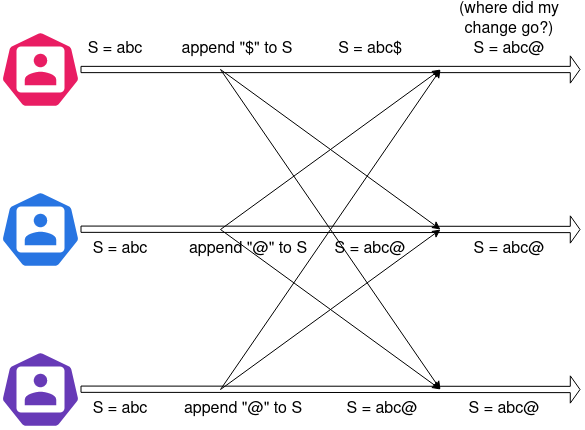
sumeetgajjar/NUpad keeps this draw.io diagram as docs/img/consensus.png. Above is the earlier version. Source tidied: cells renumbered, new cells last; positions are measured from the earlier drawing's top-left corner, leaving out a move shared by most shapes. Its diagram source:
```xml
<mxGraphModel>
  <root>
    <mxCell id="0" />
    <mxCell id="1" parent="0" />
    <mxCell id="2" style="html=1;dashed=0;whitespace=wrap;fillColor=#e91d63;strokeColor=#ffffff;shape=mxgraph.kubernetes.icon;prIcon=user;" parent="1" vertex="1">
      <mxGeometry y="20" width="80" height="80" as="geometry" />
    </mxCell>
    <mxCell id="3" style="html=1;dashed=0;whitespace=wrap;fillColor=#2875E2;strokeColor=#ffffff;shape=mxgraph.kubernetes.icon;prIcon=user;" parent="1" vertex="1">
      <mxGeometry y="180" width="80" height="80" as="geometry" />
    </mxCell>
    <mxCell id="4" style="shape=flexArrow;endArrow=classic;html=1;width=6.285714285714286;endSize=2.902857142857143;" parent="1" edge="1">
      <mxGeometry relative="1" as="geometry">
        <mxPoint x="80" y="60" as="sourcePoint" />
        <mxPoint x="580" y="60" as="targetPoint" />
      </mxGeometry>
    </mxCell>
    <mxCell id="5" style="shape=flexArrow;endArrow=classic;html=1;width=6.285714285714286;endSize=2.902857142857143;" parent="1" edge="1">
      <mxGeometry relative="1" as="geometry">
        <mxPoint x="80" y="219.7" as="sourcePoint" />
        <mxPoint x="580" y="220" as="targetPoint" />
      </mxGeometry>
    </mxCell>
    <mxCell id="6" value="S = abc" style="text;html=1;strokeColor=none;fillColor=none;align=center;verticalAlign=middle;whiteSpace=wrap;rounded=0;fontSize=16;" parent="1" vertex="1">
      <mxGeometry x="80" y="30" width="70" height="20" as="geometry" />
    </mxCell>
    <mxCell id="7" value="append &quot;$&quot; to S" style="text;html=1;strokeColor=none;fillColor=none;align=center;verticalAlign=middle;whiteSpace=wrap;rounded=0;fontSize=16;" parent="1" vertex="1">
      <mxGeometry x="177" y="30" width="120" height="20" as="geometry" />
    </mxCell>
    <mxCell id="8" value="S = abc$" style="text;html=1;strokeColor=none;fillColor=none;align=center;verticalAlign=middle;whiteSpace=wrap;rounded=0;fontSize=16;" parent="1" vertex="1">
      <mxGeometry x="330" y="30" width="80" height="20" as="geometry" />
    </mxCell>
    <mxCell id="9" value="S = abc" style="text;html=1;strokeColor=none;fillColor=none;align=center;verticalAlign=middle;whiteSpace=wrap;rounded=0;fontSize=16;" parent="1" vertex="1">
      <mxGeometry x="85" y="230" width="70" height="20" as="geometry" />
    </mxCell>
    <mxCell id="10" value="append &quot;@&quot; to S" style="text;html=1;strokeColor=none;fillColor=none;align=center;verticalAlign=middle;whiteSpace=wrap;rounded=0;fontSize=16;" parent="1" vertex="1">
      <mxGeometry x="183" y="230" width="130" height="20" as="geometry" />
    </mxCell>
    <mxCell id="11" value="S = abc@" style="text;html=1;strokeColor=none;fillColor=none;align=center;verticalAlign=middle;whiteSpace=wrap;rounded=0;fontSize=16;" parent="1" vertex="1">
      <mxGeometry x="330" y="230" width="80" height="20" as="geometry" />
    </mxCell>
    <mxCell id="12" style="endArrow=classic;html=1;" parent="1" edge="1">
      <mxGeometry relative="1" as="geometry">
        <mxPoint x="220" y="220" as="sourcePoint" />
        <mxPoint x="440" y="60" as="targetPoint" />
      </mxGeometry>
    </mxCell>
    <mxCell id="13" style="endArrow=classic;html=1;" parent="1" edge="1">
      <mxGeometry relative="1" as="geometry">
        <mxPoint x="220" y="60" as="sourcePoint" />
        <mxPoint x="440" y="220" as="targetPoint" />
      </mxGeometry>
    </mxCell>
    <mxCell id="14" value="S = abc@" style="text;html=1;strokeColor=none;fillColor=none;align=center;verticalAlign=middle;whiteSpace=wrap;rounded=0;fontSize=16;" parent="1" vertex="1">
      <mxGeometry x="469" y="30" width="80" height="20" as="geometry" />
    </mxCell>
    <mxCell id="15" value="S = abc@" style="text;html=1;strokeColor=none;fillColor=none;align=center;verticalAlign=middle;whiteSpace=wrap;rounded=0;fontSize=16;" parent="1" vertex="1">
      <mxGeometry x="469" y="230" width="80" height="20" as="geometry" />
    </mxCell>
    <mxCell id="16" style="html=1;dashed=0;whitespace=wrap;fillColor=#673ab7;strokeColor=#ffffff;shape=mxgraph.kubernetes.icon;prIcon=user;" parent="1" vertex="1">
      <mxGeometry y="340" width="80" height="80" as="geometry" />
    </mxCell>
    <mxCell id="17" style="shape=flexArrow;endArrow=classic;html=1;width=6.285714285714286;endSize=2.902857142857143;" parent="1" edge="1">
      <mxGeometry relative="1" as="geometry">
        <mxPoint x="80" y="379.7" as="sourcePoint" />
        <mxPoint x="580" y="380" as="targetPoint" />
      </mxGeometry>
    </mxCell>
    <mxCell id="18" value="S = abc" style="text;html=1;strokeColor=none;fillColor=none;align=center;verticalAlign=middle;whiteSpace=wrap;rounded=0;fontSize=16;" parent="1" vertex="1">
      <mxGeometry x="90" y="390" width="60" height="20" as="geometry" />
    </mxCell>
    <mxCell id="19" value="append &quot;@&quot; to S" style="text;html=1;strokeColor=none;fillColor=none;align=center;verticalAlign=middle;whiteSpace=wrap;rounded=0;fontSize=16;" parent="1" vertex="1">
      <mxGeometry x="178" y="390" width="130" height="20" as="geometry" />
    </mxCell>
    <mxCell id="20" value="S = abc@" style="text;html=1;strokeColor=none;fillColor=none;align=center;verticalAlign=middle;whiteSpace=wrap;rounded=0;fontSize=16;" parent="1" vertex="1">
      <mxGeometry x="342" y="390" width="80" height="20" as="geometry" />
    </mxCell>
    <mxCell id="21" value="S = abc@" style="text;html=1;strokeColor=none;fillColor=none;align=center;verticalAlign=middle;whiteSpace=wrap;rounded=0;fontSize=16;" parent="1" vertex="1">
      <mxGeometry x="464" y="390" width="80" height="20" as="geometry" />
    </mxCell>
    <mxCell id="22" value="(where did my change go?)" style="text;html=1;strokeColor=none;fillColor=none;align=center;verticalAlign=middle;whiteSpace=wrap;rounded=0;fontSize=16;" parent="1" vertex="1">
      <mxGeometry x="434" width="150" height="20" as="geometry" />
    </mxCell>
    <mxCell id="23" style="endArrow=classic;html=1;" parent="1" edge="1">
      <mxGeometry relative="1" as="geometry">
        <mxPoint x="220" y="60" as="sourcePoint" />
        <mxPoint x="440" y="380" as="targetPoint" />
      </mxGeometry>
    </mxCell>
    <mxCell id="24" style="endArrow=classic;html=1;" parent="1" edge="1">
      <mxGeometry relative="1" as="geometry">
        <mxPoint x="220" y="220" as="sourcePoint" />
        <mxPoint x="440" y="380" as="targetPoint" />
      </mxGeometry>
    </mxCell>
    <mxCell id="25" style="endArrow=classic;html=1;" parent="1" edge="1">
      <mxGeometry relative="1" as="geometry">
        <mxPoint x="220" y="380" as="sourcePoint" />
        <mxPoint x="440" y="60" as="targetPoint" />
      </mxGeometry>
    </mxCell>
    <mxCell id="26" style="endArrow=classic;html=1;" parent="1" edge="1">
      <mxGeometry relative="1" as="geometry">
        <mxPoint x="220" y="380" as="sourcePoint" />
        <mxPoint x="440" y="220" as="targetPoint" />
      </mxGeometry>
    </mxCell>
  </root>
</mxGraphModel>
```
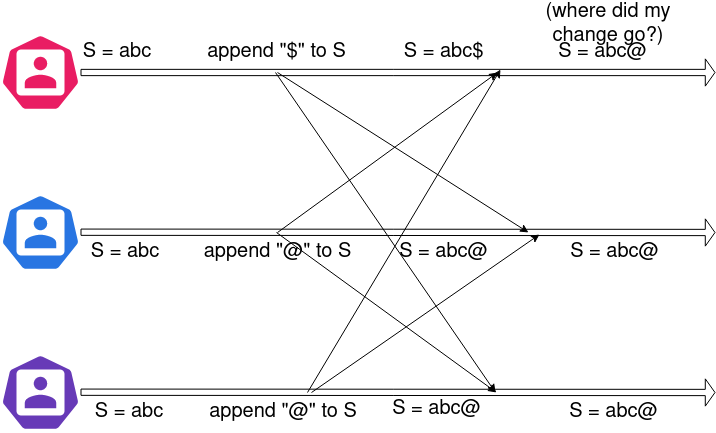
The same file after the commit.

What changed in the source:
```diff
@@ -2,106 +2,106 @@
   <root>
     <mxCell id="0" />
     <mxCell id="1" parent="0" />
-    <mxCell id="2" style="html=1;dashed=0;whitespace=wrap;fillColor=#e91d63;strokeColor=#ffffff;shape=mxgraph.kubernetes.icon;prIcon=user;" parent="1" vertex="1">
-      <mxGeometry y="20" width="80" height="80" as="geometry" />
+    <mxCell id="2" style="html=1;dashed=0;whitespace=wrap;fillColor=#e91d63;strokeColor=#ffffff;shape=mxgraph.kubernetes.icon;prIcon=user;fontSize=20;" parent="1" vertex="1">
+      <mxGeometry x="25" y="-411" width="80" height="80" as="geometry" />
     </mxCell>
-    <mxCell id="3" style="html=1;dashed=0;whitespace=wrap;fillColor=#2875E2;strokeColor=#ffffff;shape=mxgraph.kubernetes.icon;prIcon=user;" parent="1" vertex="1">
-      <mxGeometry y="180" width="80" height="80" as="geometry" />
+    <mxCell id="3" style="html=1;dashed=0;whitespace=wrap;fillColor=#2875E2;strokeColor=#ffffff;shape=mxgraph.kubernetes.icon;prIcon=user;fontSize=20;" parent="1" vertex="1">
+      <mxGeometry x="25" y="-251" width="80" height="80" as="geometry" />
     </mxCell>
-    <mxCell id="4" style="shape=flexArrow;endArrow=classic;html=1;width=6.285714285714286;endSize=2.902857142857143;" parent="1" edge="1">
+    <mxCell id="4" style="shape=flexArrow;endArrow=classic;html=1;width=6.285714285714286;endSize=2.902857142857143;fontSize=20;" parent="1" edge="1">
       <mxGeometry relative="1" as="geometry">
-        <mxPoint x="80" y="60" as="sourcePoint" />
-        <mxPoint x="580" y="60" as="targetPoint" />
+        <mxPoint x="105" y="-371" as="sourcePoint" />
+        <mxPoint x="740" y="-371" as="targetPoint" />
       </mxGeometry>
     </mxCell>
-    <mxCell id="5" style="shape=flexArrow;endArrow=classic;html=1;width=6.285714285714286;endSize=2.902857142857143;" parent="1" edge="1">
+    <mxCell id="5" style="shape=flexArrow;endArrow=classic;html=1;width=6.285714285714286;endSize=2.902857142857143;fontSize=20;" parent="1" edge="1">
       <mxGeometry relative="1" as="geometry">
-        <mxPoint x="80" y="219.7" as="sourcePoint" />
-        <mxPoint x="580" y="220" as="targetPoint" />
+        <mxPoint x="105" y="-211.3" as="sourcePoint" />
+        <mxPoint x="740" y="-211" as="targetPoint" />
       </mxGeometry>
     </mxCell>
-    <mxCell id="6" value="S = abc" style="text;html=1;strokeColor=none;fillColor=none;align=center;verticalAlign=middle;whiteSpace=wrap;rounded=0;fontSize=16;" parent="1" vertex="1">
-      <mxGeometry x="80" y="30" width="70" height="20" as="geometry" />
+    <mxCell id="6" value="S = abc" style="text;html=1;strokeColor=none;fillColor=none;align=center;verticalAlign=middle;whiteSpace=wrap;rounded=0;fontSize=20;" parent="1" vertex="1">
+      <mxGeometry x="105" y="-401" width="74" height="20" as="geometry" />
     </mxCell>
-    <mxCell id="7" value="append &quot;$&quot; to S" style="text;html=1;strokeColor=none;fillColor=none;align=center;verticalAlign=middle;whiteSpace=wrap;rounded=0;fontSize=16;" parent="1" vertex="1">
-      <mxGeometry x="177" y="30" width="120" height="20" as="geometry" />
+    <mxCell id="7" value="append &quot;$&quot; to S" style="text;html=1;strokeColor=none;fillColor=none;align=center;verticalAlign=middle;whiteSpace=wrap;rounded=0;fontSize=20;" parent="1" vertex="1">
+      <mxGeometry x="226" y="-401" width="151" height="20" as="geometry" />
     </mxCell>
-    <mxCell id="8" value="S = abc$" style="text;html=1;strokeColor=none;fillColor=none;align=center;verticalAlign=middle;whiteSpace=wrap;rounded=0;fontSize=16;" parent="1" vertex="1">
-      <mxGeometry x="330" y="30" width="80" height="20" as="geometry" />
+    <mxCell id="8" value="S = abc$" style="text;html=1;strokeColor=none;fillColor=none;align=center;verticalAlign=middle;whiteSpace=wrap;rounded=0;fontSize=20;" parent="1" vertex="1">
+      <mxGeometry x="421" y="-401" width="95" height="20" as="geometry" />
     </mxCell>
-    <mxCell id="9" value="S = abc" style="text;html=1;strokeColor=none;fillColor=none;align=center;verticalAlign=middle;whiteSpace=wrap;rounded=0;fontSize=16;" parent="1" vertex="1">
-      <mxGeometry x="85" y="230" width="70" height="20" as="geometry" />
+    <mxCell id="9" value="S = abc" style="text;html=1;strokeColor=none;fillColor=none;align=center;verticalAlign=middle;whiteSpace=wrap;rounded=0;fontSize=20;" parent="1" vertex="1">
+      <mxGeometry x="110" y="-201" width="80" height="20" as="geometry" />
     </mxCell>
-    <mxCell id="10" value="append &quot;@&quot; to S" style="text;html=1;strokeColor=none;fillColor=none;align=center;verticalAlign=middle;whiteSpace=wrap;rounded=0;fontSize=16;" parent="1" vertex="1">
-      <mxGeometry x="183" y="230" width="130" height="20" as="geometry" />
+    <mxCell id="10" value="append &quot;@&quot; to S" style="text;html=1;strokeColor=none;fillColor=none;align=center;verticalAlign=middle;whiteSpace=wrap;rounded=0;fontSize=20;" parent="1" vertex="1">
+      <mxGeometry x="226" y="-201" width="152.5" height="20" as="geometry" />
     </mxCell>
-    <mxCell id="11" value="S = abc@" style="text;html=1;strokeColor=none;fillColor=none;align=center;verticalAlign=middle;whiteSpace=wrap;rounded=0;fontSize=16;" parent="1" vertex="1">
-      <mxGeometry x="330" y="230" width="80" height="20" as="geometry" />
+    <mxCell id="11" value="S = abc@" style="text;html=1;strokeColor=none;fillColor=none;align=center;verticalAlign=middle;whiteSpace=wrap;rounded=0;fontSize=20;" parent="1" vertex="1">
+      <mxGeometry x="421" y="-201" width="95" height="20" as="geometry" />
     </mxCell>
-    <mxCell id="12" style="endArrow=classic;html=1;" parent="1" edge="1">
+    <mxCell id="12" style="endArrow=classic;html=1;fontSize=20;" parent="1" edge="1">
       <mxGeometry relative="1" as="geometry">
-        <mxPoint x="220" y="220" as="sourcePoint" />
-        <mxPoint x="440" y="60" as="targetPoint" />
+        <mxPoint x="302" y="-211" as="sourcePoint" />
+        <mxPoint x="522" y="-371" as="targetPoint" />
       </mxGeometry>
     </mxCell>
-    <mxCell id="13" style="endArrow=classic;html=1;" parent="1" edge="1">
+    <mxCell id="13" style="endArrow=classic;html=1;fontSize=20;" parent="1" edge="1">
       <mxGeometry relative="1" as="geometry">
-        <mxPoint x="220" y="60" as="sourcePoint" />
-        <mxPoint x="440" y="220" as="targetPoint" />
+        <mxPoint x="302" y="-371" as="sourcePoint" />
+        <mxPoint x="553" y="-211" as="targetPoint" />
       </mxGeometry>
     </mxCell>
-    <mxCell id="14" value="S = abc@" style="text;html=1;strokeColor=none;fillColor=none;align=center;verticalAlign=middle;whiteSpace=wrap;rounded=0;fontSize=16;" parent="1" vertex="1">
-      <mxGeometry x="469" y="30" width="80" height="20" as="geometry" />
+    <mxCell id="14" value="S = abc@" style="text;html=1;strokeColor=none;fillColor=none;align=center;verticalAlign=middle;whiteSpace=wrap;rounded=0;fontSize=20;" parent="1" vertex="1">
+      <mxGeometry x="569" y="-401" width="117" height="20" as="geometry" />
     </mxCell>
-    <mxCell id="15" value="S = abc@" style="text;html=1;strokeColor=none;fillColor=none;align=center;verticalAlign=middle;whiteSpace=wrap;rounded=0;fontSize=16;" parent="1" vertex="1">
-      <mxGeometry x="469" y="230" width="80" height="20" as="geometry" />
+    <mxCell id="15" value="S = abc@" style="text;html=1;strokeColor=none;fillColor=none;align=center;verticalAlign=middle;whiteSpace=wrap;rounded=0;fontSize=20;" parent="1" vertex="1">
+      <mxGeometry x="594" y="-201" width="91" height="20" as="geometry" />
     </mxCell>
-    <mxCell id="16" style="html=1;dashed=0;whitespace=wrap;fillColor=#673ab7;strokeColor=#ffffff;shape=mxgraph.kubernetes.icon;prIcon=user;" parent="1" vertex="1">
-      <mxGeometry y="340" width="80" height="80" as="geometry" />
+    <mxCell id="16" style="html=1;dashed=0;whitespace=wrap;fillColor=#673ab7;strokeColor=#ffffff;shape=mxgraph.kubernetes.icon;prIcon=user;fontSize=20;" parent="1" vertex="1">
+      <mxGeometry x="25" y="-91" width="80" height="80" as="geometry" />
     </mxCell>
-    <mxCell id="17" style="shape=flexArrow;endArrow=classic;html=1;width=6.285714285714286;endSize=2.902857142857143;" parent="1" edge="1">
+    <mxCell id="17" style="shape=flexArrow;endArrow=classic;html=1;width=6.285714285714286;endSize=2.902857142857143;fontSize=20;" parent="1" edge="1">
       <mxGeometry relative="1" as="geometry">
-        <mxPoint x="80" y="379.7" as="sourcePoint" />
-        <mxPoint x="580" y="380" as="targetPoint" />
+        <mxPoint x="105" y="-51.3" as="sourcePoint" />
+        <mxPoint x="740" y="-51" as="targetPoint" />
       </mxGeometry>
     </mxCell>
-    <mxCell id="18" value="S = abc" style="text;html=1;strokeColor=none;fillColor=none;align=center;verticalAlign=middle;whiteSpace=wrap;rounded=0;fontSize=16;" parent="1" vertex="1">
-      <mxGeometry x="90" y="390" width="60" height="20" as="geometry" />
+    <mxCell id="18" value="S = abc" style="text;html=1;strokeColor=none;fillColor=none;align=center;verticalAlign=middle;whiteSpace=wrap;rounded=0;fontSize=20;" parent="1" vertex="1">
+      <mxGeometry x="115" y="-41" width="78" height="20" as="geometry" />
     </mxCell>
-    <mxCell id="19" value="append &quot;@&quot; to S" style="text;html=1;strokeColor=none;fillColor=none;align=center;verticalAlign=middle;whiteSpace=wrap;rounded=0;fontSize=16;" parent="1" vertex="1">
-      <mxGeometry x="178" y="390" width="130" height="20" as="geometry" />
+    <mxCell id="19" value="append &quot;@&quot; to S" style="text;html=1;strokeColor=none;fillColor=none;align=center;verticalAlign=middle;whiteSpace=wrap;rounded=0;fontSize=20;" parent="1" vertex="1">
+      <mxGeometry x="226" y="-41" width="163.5" height="20" as="geometry" />
     </mxCell>
-    <mxCell id="20" value="S = abc@" style="text;html=1;strokeColor=none;fillColor=none;align=center;verticalAlign=middle;whiteSpace=wrap;rounded=0;fontSize=16;" parent="1" vertex="1">
-      <mxGeometry x="342" y="390" width="80" height="20" as="geometry" />
+    <mxCell id="20" value="S = abc@" style="text;html=1;strokeColor=none;fillColor=none;align=center;verticalAlign=middle;whiteSpace=wrap;rounded=0;fontSize=20;" parent="1" vertex="1">
+      <mxGeometry x="414" y="-44" width="95" height="20" as="geometry" />
     </mxCell>
-    <mxCell id="21" value="S = abc@" style="text;html=1;strokeColor=none;fillColor=none;align=center;verticalAlign=middle;whiteSpace=wrap;rounded=0;fontSize=16;" parent="1" vertex="1">
-      <mxGeometry x="464" y="390" width="80" height="20" as="geometry" />
+    <mxCell id="21" value="S = abc@" style="text;html=1;strokeColor=none;fillColor=none;align=center;verticalAlign=middle;whiteSpace=wrap;rounded=0;fontSize=20;" parent="1" vertex="1">
+      <mxGeometry x="590.5" y="-41" width="94.5" height="20" as="geometry" />
     </mxCell>
-    <mxCell id="22" value="(where did my change go?)" style="text;html=1;strokeColor=none;fillColor=none;align=center;verticalAlign=middle;whiteSpace=wrap;rounded=0;fontSize=16;" parent="1" vertex="1">
-      <mxGeometry x="434" width="150" height="20" as="geometry" />
+    <mxCell id="22" value="(where did my change go?)" style="text;html=1;strokeColor=none;fillColor=none;align=center;verticalAlign=middle;whiteSpace=wrap;rounded=0;fontSize=20;" parent="1" vertex="1">
+      <mxGeometry x="557.5" y="-429" width="150" height="20" as="geometry" />
     </mxCell>
-    <mxCell id="23" style="endArrow=classic;html=1;" parent="1" edge="1">
+    <mxCell id="23" style="endArrow=classic;html=1;fontSize=20;" parent="1" edge="1">
       <mxGeometry relative="1" as="geometry">
-        <mxPoint x="220" y="60" as="sourcePoint" />
-        <mxPoint x="440" y="380" as="targetPoint" />
+        <mxPoint x="300" y="-371" as="sourcePoint" />
+        <mxPoint x="520" y="-51" as="targetPoint" />
       </mxGeometry>
     </mxCell>
-    <mxCell id="24" style="endArrow=classic;html=1;" parent="1" edge="1">
+    <mxCell id="24" style="endArrow=classic;html=1;fontSize=20;" parent="1" edge="1">
       <mxGeometry relative="1" as="geometry">
-        <mxPoint x="220" y="220" as="sourcePoint" />
-        <mxPoint x="440" y="380" as="targetPoint" />
+        <mxPoint x="301" y="-211" as="sourcePoint" />
+        <mxPoint x="521" y="-51" as="targetPoint" />
       </mxGeometry>
     </mxCell>
-    <mxCell id="25" style="endArrow=classic;html=1;" parent="1" edge="1">
+    <mxCell id="25" style="endArrow=classic;html=1;fontSize=20;" parent="1" edge="1">
       <mxGeometry relative="1" as="geometry">
-        <mxPoint x="220" y="380" as="sourcePoint" />
-        <mxPoint x="440" y="60" as="targetPoint" />
+        <mxPoint x="332" y="-51" as="sourcePoint" />
+        <mxPoint x="525" y="-374" as="targetPoint" />
       </mxGeometry>
     </mxCell>
-    <mxCell id="26" style="endArrow=classic;html=1;" parent="1" edge="1">
+    <mxCell id="26" style="endArrow=classic;html=1;fontSize=20;" parent="1" edge="1">
       <mxGeometry relative="1" as="geometry">
-        <mxPoint x="220" y="380" as="sourcePoint" />
-        <mxPoint x="440" y="220" as="targetPoint" />
+        <mxPoint x="336" y="-51" as="sourcePoint" />
+        <mxPoint x="564" y="-209" as="targetPoint" />
       </mxGeometry>
     </mxCell>
   </root>
```
